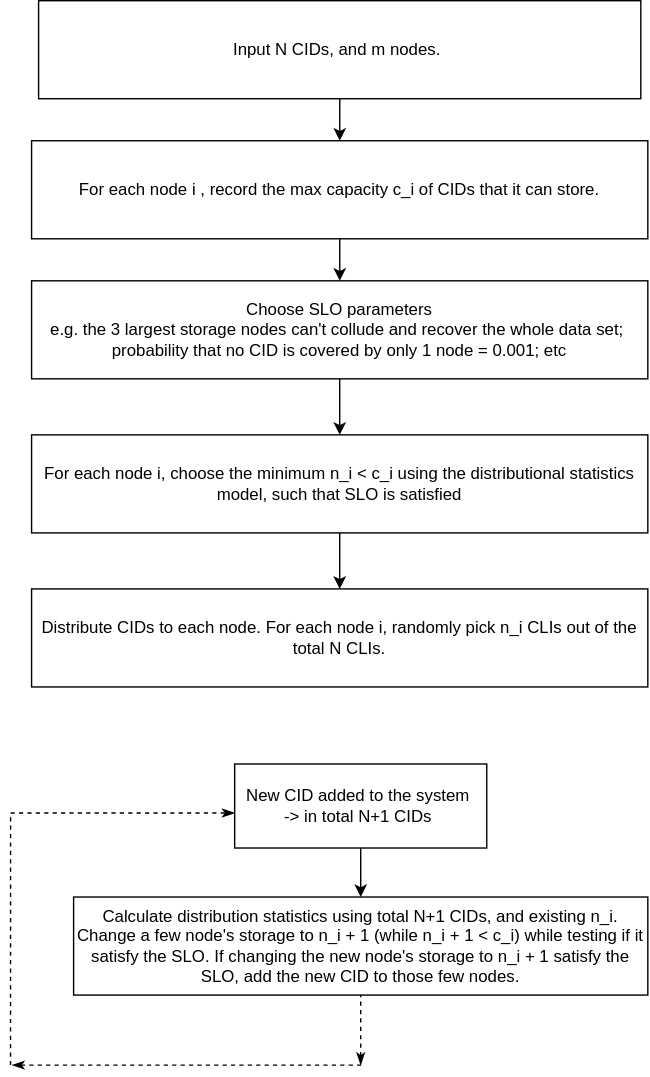
The draw.io diagram assets/flow_chart.drawio.svg in zcahkwn/occ, before a commit. Source tidied: cells renumbered, new cells last; positions are measured from the earlier drawing's top-left corner, leaving out a move shared by most shapes.
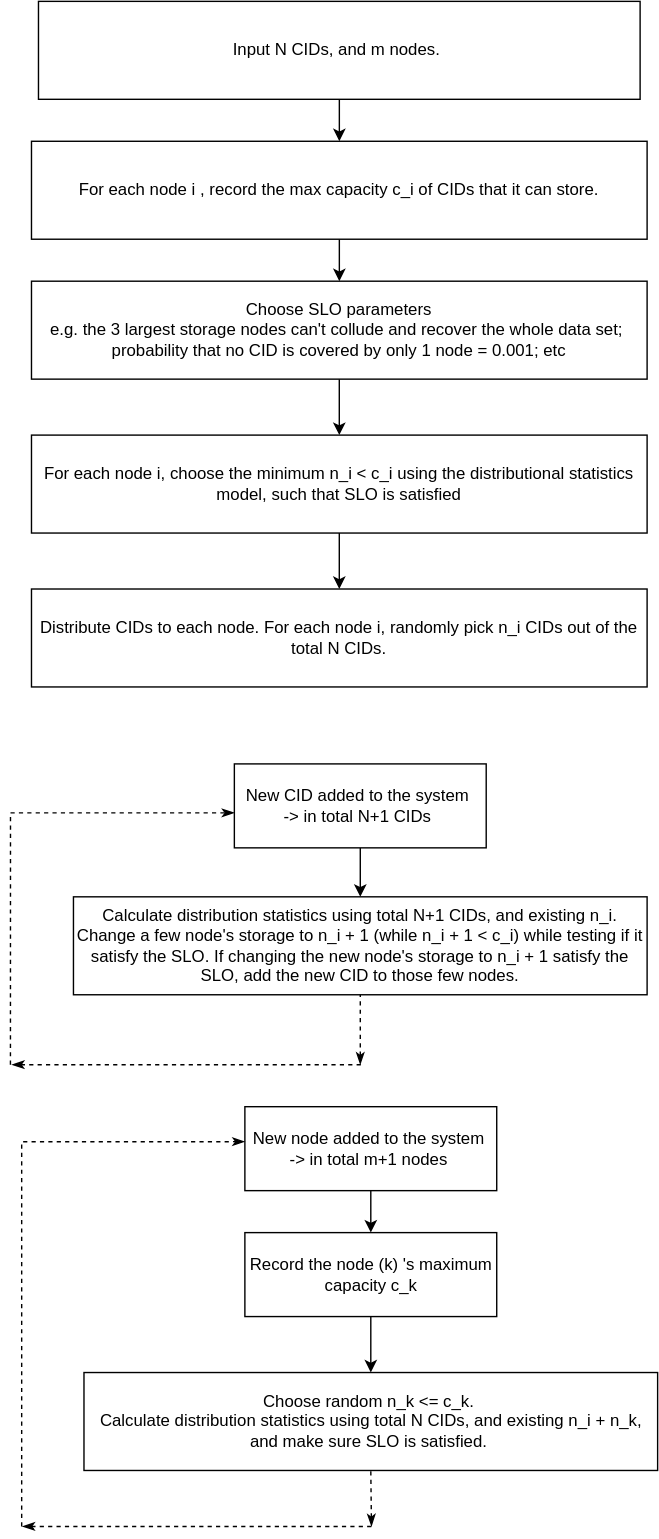
After the change.

What changed in the source:
```diff
@@ -28,7 +28,7 @@
     <mxCell id="9" value="For each node i, choose the minimum n_i &amp;lt; c_i using the distributional statistics model, such that SLO is satisfied" style="rounded=0;whiteSpace=wrap;html=1;" parent="1" vertex="1">
       <mxGeometry x="15" y="310" width="440" height="70" as="geometry" />
     </mxCell>
-    <mxCell id="10" value="Distribute CIDs to each node. For each node i, randomly pick n_i CLIs out of the total N CLIs." style="rounded=0;whiteSpace=wrap;html=1;" parent="1" vertex="1">
+    <mxCell id="10" value="Distribute CIDs to each node. For each node i, randomly pick n_i CIDs out of the total N CIDs." style="rounded=0;whiteSpace=wrap;html=1;" parent="1" vertex="1">
       <mxGeometry x="15" y="420" width="440" height="70" as="geometry" />
     </mxCell>
     <mxCell id="11" value="&lt;div&gt;Calculate distribution statistics using total N+1 CIDs, and existing n_i.&lt;/div&gt;&lt;div&gt;Change a few node's storage to n_i + 1 (while n_i + 1 &amp;lt; c_i) while testing if it satisfy the SLO. If changing the new node's storage to n_i + 1 satisfy the SLO, add the new CID to those few nodes.&lt;/div&gt;" style="rounded=0;whiteSpace=wrap;html=1;" parent="1" vertex="1">
@@ -61,5 +61,41 @@
         </Array>
       </mxGeometry>
     </mxCell>
+    <mxCell id="17" value="&lt;div&gt;Choose random n_k &amp;lt;= c_k.&amp;nbsp;&lt;/div&gt;&lt;div&gt;Calculate distribution statistics using total N CIDs, and existing n_i + n_k, and make sure SLO is satisfied.&amp;nbsp;&lt;/div&gt;" style="rounded=0;whiteSpace=wrap;html=1;" parent="1" vertex="1">
+      <mxGeometry x="52.5" y="980" width="410" height="70" as="geometry" />
+    </mxCell>
+    <mxCell id="18" style="edgeStyle=orthogonalEdgeStyle;rounded=0;jettySize=auto;html=1;entryX=0.5;entryY=0;entryDx=0;entryDy=0;" parent="1" edge="1" source="19" target="24">
+      <mxGeometry relative="1" as="geometry" />
+    </mxCell>
+    <mxCell id="19" value="New node added to the system&amp;nbsp;&lt;div&gt;-&amp;gt; in total m+1 nodes&amp;nbsp;&lt;/div&gt;" style="rounded=0;whiteSpace=wrap;html=1;" parent="1" vertex="1">
+      <mxGeometry x="167.5" y="790" width="180" height="60" as="geometry" />
+    </mxCell>
+    <mxCell id="20" style="endArrow=none;html=1;rounded=0;entryX=0.5;entryY=1;entryDx=0;entryDy=0;dashed=1;startArrow=classicThin;startFill=1;" parent="1" edge="1" target="17">
+      <mxGeometry relative="1" as="geometry">
+        <mxPoint x="258" y="1090" as="sourcePoint" />
+      </mxGeometry>
+    </mxCell>
+    <mxCell id="21" style="endArrow=none;html=1;rounded=0;dashed=1;startArrow=classicThin;startFill=1;" parent="1" edge="1">
+      <mxGeometry relative="1" as="geometry">
+        <mxPoint x="8.5" y="1090" as="sourcePoint" />
+        <mxPoint x="258.5" y="1090" as="targetPoint" />
+      </mxGeometry>
+    </mxCell>
+    <mxCell id="22" style="endArrow=classicThin;html=1;rounded=0;edgeStyle=orthogonalEdgeStyle;dashed=1;startArrow=none;startFill=0;endFill=1;" parent="1" edge="1">
+      <mxGeometry relative="1" as="geometry">
+        <mxPoint x="8" y="1090" as="sourcePoint" />
+        <mxPoint x="167.5" y="815" as="targetPoint" />
+        <Array as="points">
+          <mxPoint x="7.5" y="815" />
+          <mxPoint x="57.5" y="815" />
+        </Array>
+      </mxGeometry>
+    </mxCell>
+    <mxCell id="23" style="edgeStyle=orthogonalEdgeStyle;rounded=0;jettySize=auto;html=1;" parent="1" edge="1" source="24" target="17">
+      <mxGeometry relative="1" as="geometry" />
+    </mxCell>
+    <mxCell id="24" value="Record the node (k) 's maximum capacity c_k" style="rounded=0;whiteSpace=wrap;html=1;" parent="1" vertex="1">
+      <mxGeometry x="167.5" y="880" width="180" height="60" as="geometry" />
+    </mxCell>
   </root>
 </mxGraphModel>
```
